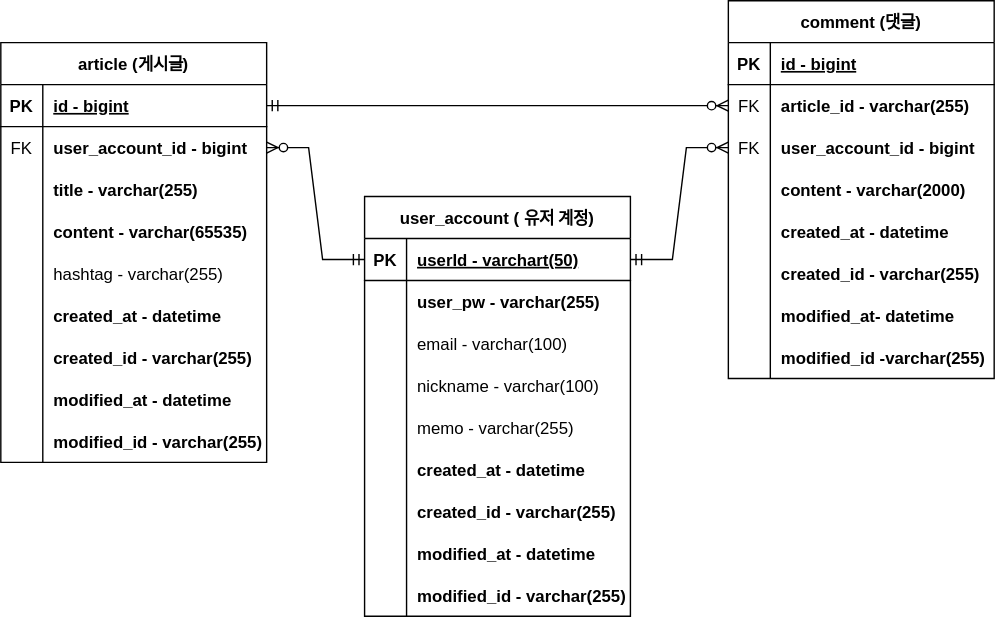
This is document/board-erd.svg from jinnnii/fastcampus-backend-board, a draw.io export, as it was before one commit. Source tidied: cells renumbered, new cells last; positions are measured from the earlier drawing's top-left corner, leaving out a move shared by most shapes.
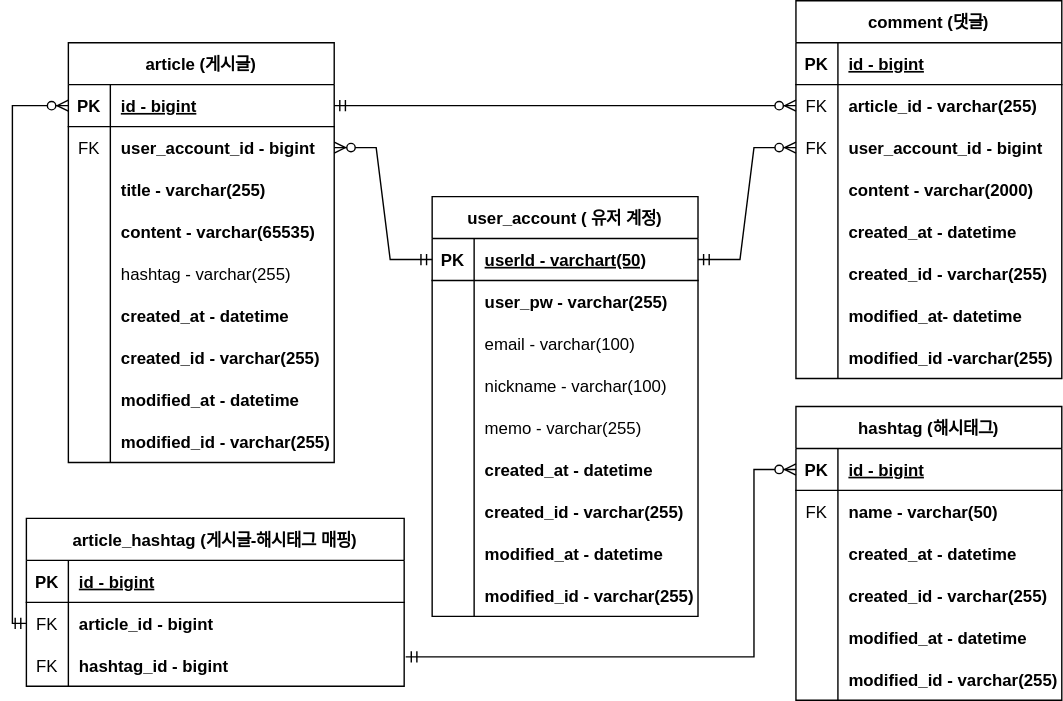
After the commit.

Diff of the diagram source:
```diff
@@ -254,5 +254,106 @@
     <mxCell id="85" style="edgeStyle=entityRelationEdgeStyle;fontSize=12;html=1;endArrow=ERzeroToMany;startArrow=ERmandOne;rounded=0;exitX=1;exitY=0.5;exitDx=0;exitDy=0;entryX=0;entryY=0.5;entryDx=0;entryDy=0;" parent="1" edge="1" source="57" target="37">
       <mxGeometry relative="1" as="geometry" />
     </mxCell>
+    <mxCell id="86" value="article_hashtag (게시글-해시태그 매핑)" style="shape=table;startSize=30;rowLines=0;fontStyle=1;align=center;" parent="1" vertex="1">
+      <mxGeometry x="-30" y="370" width="270" height="120" as="geometry" />
+    </mxCell>
+    <mxCell id="87" style="shape=tableRow;horizontal=0;startSize=0;swimlaneHead=0;swimlaneBody=0;fillColor=none;top=0;left=0;right=0;bottom=1;" parent="86" vertex="1">
+      <mxGeometry y="30" width="270" height="30" as="geometry" />
+    </mxCell>
+    <mxCell id="88" value="PK" style="shape=partialRectangle;fillColor=none;top=0;left=0;bottom=0;right=0;fontStyle=1;overflow=hidden;" parent="87" vertex="1">
+      <mxGeometry width="30" height="30" as="geometry" />
+    </mxCell>
+    <mxCell id="89" value="id - bigint" style="shape=partialRectangle;fillColor=none;top=0;left=0;bottom=0;right=0;align=left;spacingLeft=6;fontStyle=5;overflow=hidden;" parent="87" vertex="1">
+      <mxGeometry x="30" width="240" height="30" as="geometry" />
+    </mxCell>
+    <mxCell id="90" style="shape=tableRow;horizontal=0;startSize=0;swimlaneHead=0;swimlaneBody=0;fillColor=none;points=[[0,0.5],[1,0.5]];portConstraint=eastwest;top=0;left=0;right=0;bottom=0;" parent="86" vertex="1">
+      <mxGeometry y="60" width="270" height="30" as="geometry" />
+    </mxCell>
+    <mxCell id="91" value="FK" style="shape=partialRectangle;fillColor=none;top=0;left=0;bottom=0;right=0;overflow=hidden;" parent="90" vertex="1">
+      <mxGeometry width="30" height="30" as="geometry" />
+    </mxCell>
+    <mxCell id="92" value="article_id - bigint" style="shape=partialRectangle;fillColor=none;top=0;left=0;bottom=0;right=0;align=left;spacingLeft=6;overflow=hidden;fontStyle=1;" parent="90" vertex="1">
+      <mxGeometry x="30" width="240" height="30" as="geometry" />
+    </mxCell>
+    <mxCell id="93" style="shape=tableRow;horizontal=0;startSize=0;swimlaneHead=0;swimlaneBody=0;fillColor=none;points=[[0,0.5],[1,0.5]];portConstraint=eastwest;top=0;left=0;right=0;bottom=0;" parent="86" vertex="1">
+      <mxGeometry y="90" width="270" height="30" as="geometry" />
+    </mxCell>
+    <mxCell id="94" value="FK" style="shape=partialRectangle;fillColor=none;top=0;left=0;bottom=0;right=0;overflow=hidden;" parent="93" vertex="1">
+      <mxGeometry width="30" height="30" as="geometry" />
+    </mxCell>
+    <mxCell id="95" value="hashtag_id - bigint" style="shape=partialRectangle;fillColor=none;top=0;left=0;bottom=0;right=0;align=left;spacingLeft=6;overflow=hidden;fontStyle=1;" parent="93" vertex="1">
+      <mxGeometry x="30" width="240" height="30" as="geometry" />
+    </mxCell>
+    <mxCell id="96" value="hashtag (해시태그)" style="shape=table;startSize=30;rowLines=0;fontStyle=1;align=center;" parent="1" vertex="1">
+      <mxGeometry x="520" y="290" width="190" height="210" as="geometry" />
+    </mxCell>
+    <mxCell id="97" style="shape=tableRow;horizontal=0;startSize=0;swimlaneHead=0;swimlaneBody=0;fillColor=none;points=[[0,0.5],[1,0.5]];portConstraint=eastwest;top=0;left=0;right=0;bottom=1;" parent="96" vertex="1">
+      <mxGeometry y="30" width="190" height="30" as="geometry" />
+    </mxCell>
+    <mxCell id="98" value="PK" style="shape=partialRectangle;fillColor=none;top=0;left=0;bottom=0;right=0;fontStyle=1;overflow=hidden;" parent="97" vertex="1">
+      <mxGeometry width="30" height="30" as="geometry" />
+    </mxCell>
+    <mxCell id="99" value="id - bigint" style="shape=partialRectangle;fillColor=none;top=0;left=0;bottom=0;right=0;align=left;spacingLeft=6;fontStyle=5;overflow=hidden;" parent="97" vertex="1">
+      <mxGeometry x="30" width="160" height="30" as="geometry" />
+    </mxCell>
+    <mxCell id="100" style="shape=tableRow;horizontal=0;startSize=0;swimlaneHead=0;swimlaneBody=0;fillColor=none;top=0;left=0;right=0;bottom=0;" parent="96" vertex="1">
+      <mxGeometry y="60" width="190" height="30" as="geometry" />
+    </mxCell>
+    <mxCell id="101" value="FK" style="shape=partialRectangle;fillColor=none;top=0;left=0;bottom=0;right=0;overflow=hidden;" parent="100" vertex="1">
+      <mxGeometry width="30" height="30" as="geometry" />
+    </mxCell>
+    <mxCell id="102" value="name - varchar(50)" style="shape=partialRectangle;fillColor=none;top=0;left=0;bottom=0;right=0;align=left;spacingLeft=6;overflow=hidden;fontStyle=1;" parent="100" vertex="1">
+      <mxGeometry x="30" width="160" height="30" as="geometry" />
+    </mxCell>
+    <mxCell id="103" style="shape=tableRow;horizontal=0;startSize=0;swimlaneHead=0;swimlaneBody=0;fillColor=none;top=0;left=0;right=0;bottom=0;" parent="96" vertex="1">
+      <mxGeometry y="90" width="190" height="30" as="geometry" />
+    </mxCell>
+    <mxCell id="104" style="shape=partialRectangle;fillColor=none;top=0;left=0;bottom=0;right=0;overflow=hidden;" parent="103" vertex="1">
+      <mxGeometry width="30" height="30" as="geometry" />
+    </mxCell>
+    <mxCell id="105" value="created_at - datetime" style="shape=partialRectangle;fillColor=none;top=0;left=0;bottom=0;right=0;align=left;spacingLeft=6;overflow=hidden;fontStyle=1;" parent="103" vertex="1">
+      <mxGeometry x="30" width="160" height="30" as="geometry" />
+    </mxCell>
+    <mxCell id="106" style="shape=tableRow;horizontal=0;startSize=0;swimlaneHead=0;swimlaneBody=0;fillColor=none;top=0;left=0;right=0;bottom=0;" parent="96" vertex="1">
+      <mxGeometry y="120" width="190" height="30" as="geometry" />
+    </mxCell>
+    <mxCell id="107" style="shape=partialRectangle;fillColor=none;top=0;left=0;bottom=0;right=0;overflow=hidden;" parent="106" vertex="1">
+      <mxGeometry width="30" height="30" as="geometry" />
+    </mxCell>
+    <mxCell id="108" value="created_id - varchar(255)" style="shape=partialRectangle;fillColor=none;top=0;left=0;bottom=0;right=0;align=left;spacingLeft=6;overflow=hidden;fontStyle=1;" parent="106" vertex="1">
+      <mxGeometry x="30" width="160" height="30" as="geometry" />
+    </mxCell>
+    <mxCell id="109" style="shape=tableRow;horizontal=0;startSize=0;swimlaneHead=0;swimlaneBody=0;fillColor=none;top=0;left=0;right=0;bottom=0;" parent="96" vertex="1">
+      <mxGeometry y="150" width="190" height="30" as="geometry" />
+    </mxCell>
+    <mxCell id="110" style="shape=partialRectangle;fillColor=none;top=0;left=0;bottom=0;right=0;overflow=hidden;" parent="109" vertex="1">
+      <mxGeometry width="30" height="30" as="geometry" />
+    </mxCell>
+    <mxCell id="111" value="modified_at - datetime" style="shape=partialRectangle;fillColor=none;top=0;left=0;bottom=0;right=0;align=left;spacingLeft=6;overflow=hidden;fontStyle=1;" parent="109" vertex="1">
+      <mxGeometry x="30" width="160" height="30" as="geometry" />
+    </mxCell>
+    <mxCell id="112" style="shape=tableRow;horizontal=0;startSize=0;swimlaneHead=0;swimlaneBody=0;fillColor=none;top=0;left=0;right=0;bottom=0;" parent="96" vertex="1">
+      <mxGeometry y="180" width="190" height="30" as="geometry" />
+    </mxCell>
+    <mxCell id="113" style="shape=partialRectangle;fillColor=none;top=0;left=0;bottom=0;right=0;overflow=hidden;" parent="112" vertex="1">
+      <mxGeometry width="30" height="30" as="geometry" />
+    </mxCell>
+    <mxCell id="114" value="modified_id - varchar(255)" style="shape=partialRectangle;fillColor=none;top=0;left=0;bottom=0;right=0;align=left;spacingLeft=6;overflow=hidden;fontStyle=1;" parent="112" vertex="1">
+      <mxGeometry x="30" width="160" height="30" as="geometry" />
+    </mxCell>
+    <mxCell id="115" style="edgeStyle=elbowEdgeStyle;fontSize=12;html=1;endArrow=ERzeroToMany;startArrow=ERmandOne;rounded=0;entryX=0;entryY=0.5;entryDx=0;entryDy=0;elbow=vertical;exitX=0;exitY=0.5;exitDx=0;exitDy=0;" parent="1" edge="1" source="90" target="3">
+      <mxGeometry relative="1" as="geometry">
+        <Array as="points">
+          <mxPoint x="-40" y="330" />
+        </Array>
+      </mxGeometry>
+    </mxCell>
+    <mxCell id="116" style="edgeStyle=elbowEdgeStyle;fontSize=12;html=1;endArrow=ERzeroToMany;startArrow=ERmandOne;rounded=0;entryX=0;entryY=0.5;entryDx=0;entryDy=0;exitX=1.004;exitY=0.3;exitDx=0;exitDy=0;exitPerimeter=0;" parent="1" edge="1" source="93" target="97">
+      <mxGeometry relative="1" as="geometry">
+        <Array as="points">
+          <mxPoint x="490" y="490" />
+        </Array>
+      </mxGeometry>
+    </mxCell>
   </root>
 </mxGraphModel>
```
